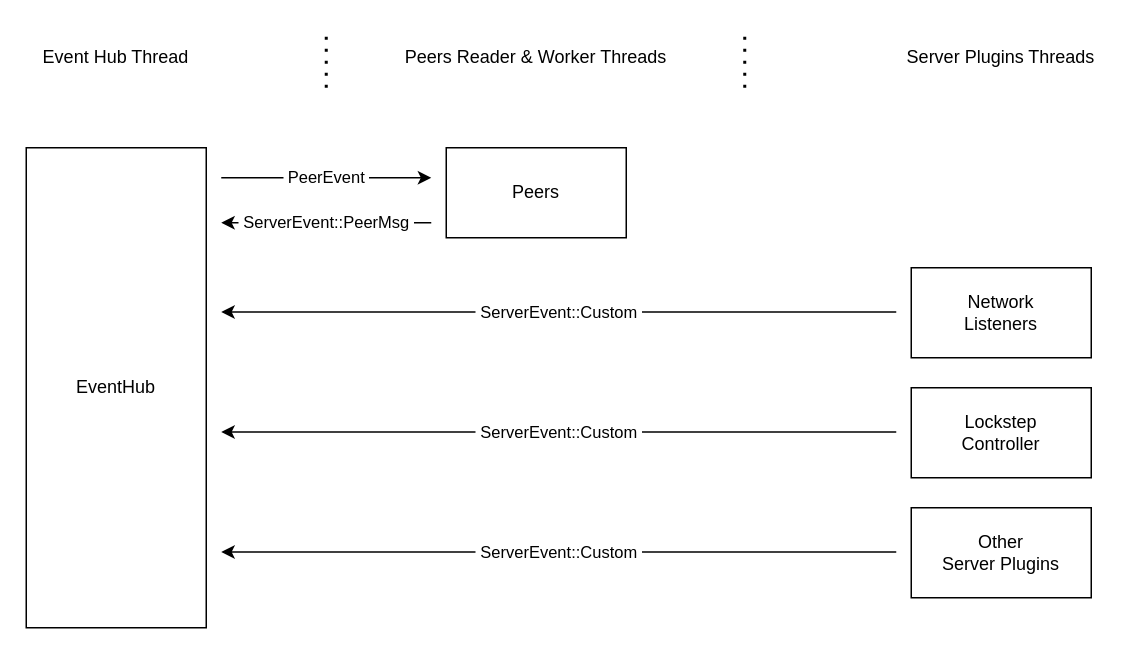
Before: img/thread-architecture.drawio in DiscreteTom/ruast, a draw.io diagram. Source tidied: cells renumbered, new cells numbered last; positions are measured from the earlier drawing's top-left corner, leaving out a move shared by most shapes. Both pictures are drawn from the tidied source at 150%, with x=0, y=0 at pixel (26, 27).
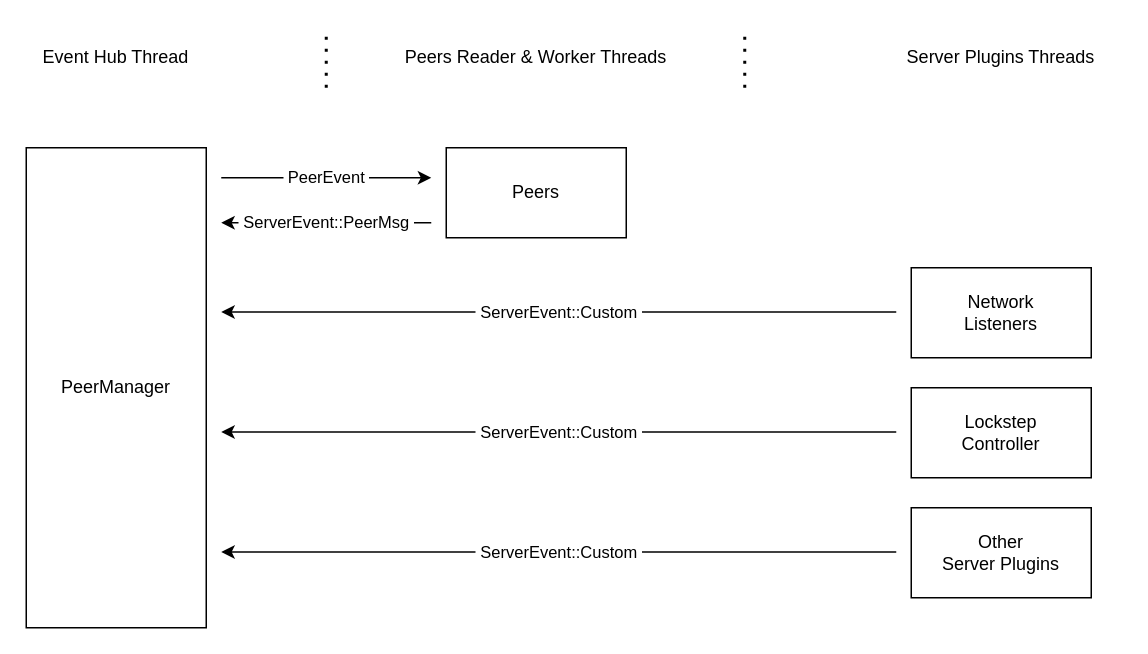
The same page after the edit.

Commit message (it also covers changes not shown here):
rename EventHub to PeerManager

What changed in the source:
```diff
@@
-    <mxCell id="2" value="EventHub" style="rounded=0;whiteSpace=wrap;html=1;" parent="1" vertex="1">
+    <mxCell id="2" value="PeerManager" style="rounded=0;whiteSpace=wrap;html=1;" parent="1" vertex="1">
       <mxGeometry y="80" width="120" height="320" as="geometry" />
     </mxCell>
```
